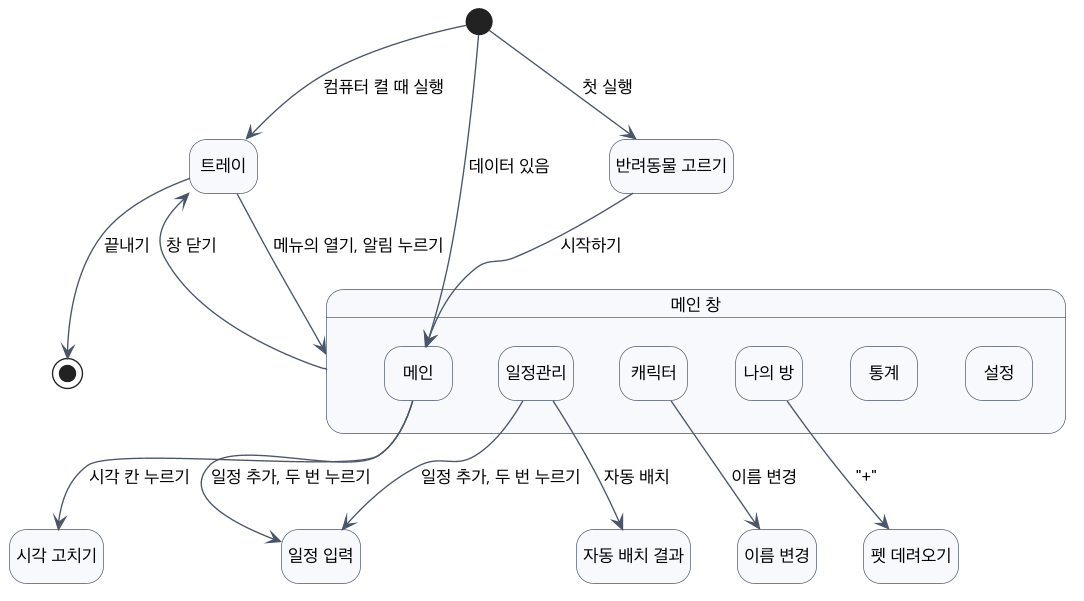
Before: docs/diagrams/ui-flow.png, a diagram exported from PlantUML (2026-2-software-system-design-11/planning-pet-app).
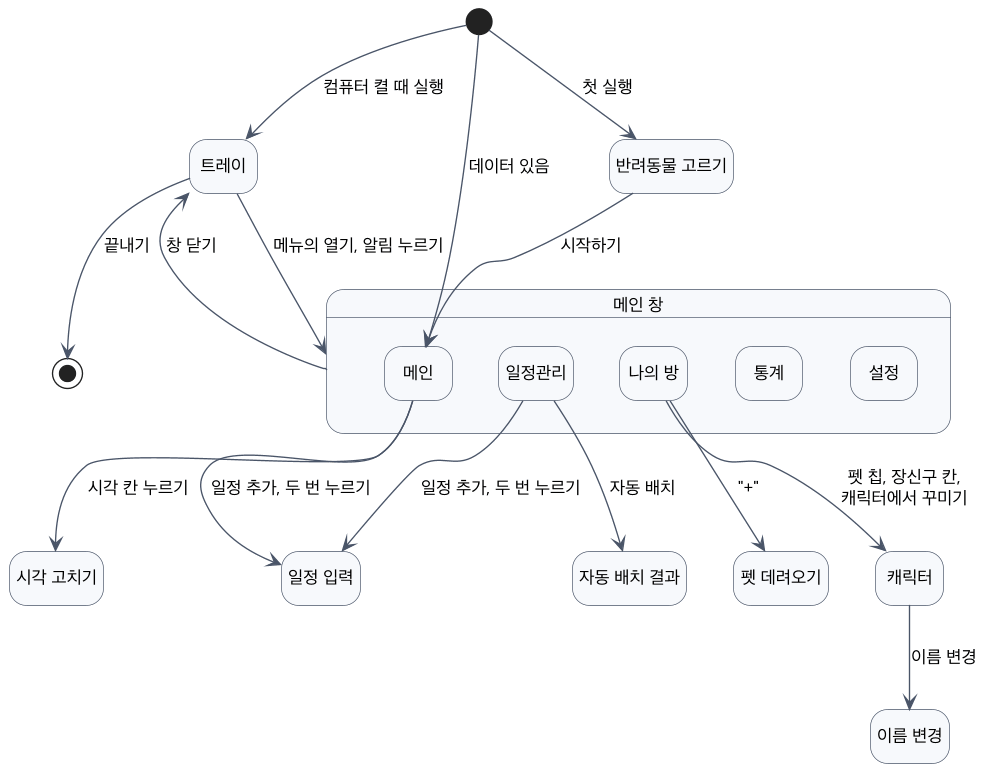
After the change.

Change to the diagram source:
```diff
@@ -15,7 +15,6 @@
 state "메인 창" as Win {
   state "메인" as Main
   state "일정관리" as Sched
-  state "캐릭터" as Char
   state "나의 방" as Room
   state "통계" as Stat
   state "설정" as Set
@@ -23,6 +22,7 @@
 state "일정 입력" as Form
 state "자동 배치 결과" as Place
 state "펫 데려오기" as Adopt
+state "캐릭터" as Char
 state "이름 변경" as Rename
 state "시각 고치기" as Time
 
@@ -35,6 +35,7 @@
 Sched --> Form : 일정 추가, 두 번 누르기
 Sched --> Place : 자동 배치
 Room --> Adopt : "+"
+Room --> Char : 펫 칩, 장신구 칸,\n캐릭터에서 꾸미기
 Char --> Rename : 이름 변경
 Win --> Tray : 창 닫기
 Tray --> Win : 메뉴의 열기, 알림 누르기
```
